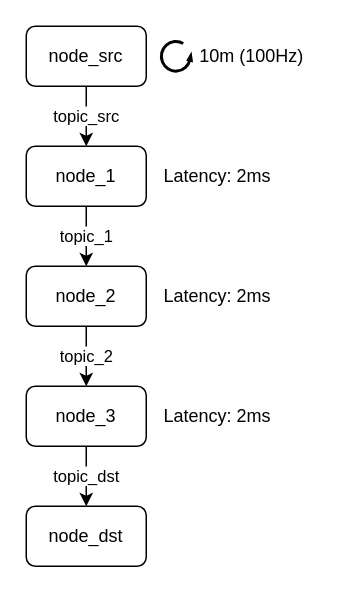
The draw.io diagram page "sample_straight" (1 of 7) of node_diagram.drawio in takeshi-iwanari/caret_sample, before the edit. Source tidied: cells renumbered, new cells numbered last; positions are measured from the earlier drawing's top-left corner, leaving out a move shared by most shapes. Both pictures are drawn from the tidied source at 150%, with x=0, y=0 at pixel (26, 26).
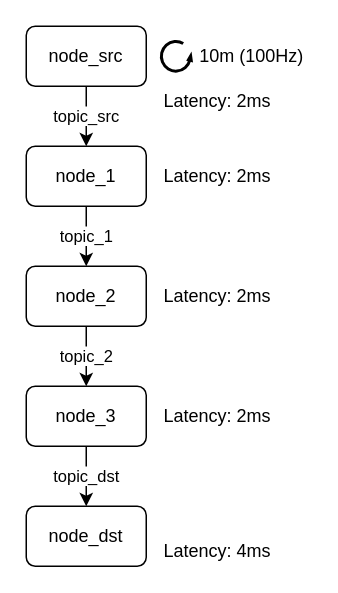
Above is the later version.

Diff of the diagram source:
```diff
@@
 <mxGraphModel>
   <root>
     <mxCell id="0" />
     <mxCell id="1" parent="0" />
     <mxCell id="2" value="topic_src" style="edgeStyle=none;html=1;" parent="1" edge="1" source="3" target="5">
       <mxGeometry relative="1" as="geometry" />
     </mxCell>
     <mxCell id="3" value="node_src" style="rounded=1;whiteSpace=wrap;html=1;" parent="1" vertex="1">
       <mxGeometry width="80" height="40" as="geometry" />
     </mxCell>
     <mxCell id="4" value="topic_1" style="edgeStyle=none;html=1;" parent="1" edge="1" source="5" target="7">
       <mxGeometry relative="1" as="geometry" />
     </mxCell>
     <mxCell id="5" value="node_1" style="rounded=1;whiteSpace=wrap;html=1;" parent="1" vertex="1">
       <mxGeometry y="80" width="80" height="40" as="geometry" />
     </mxCell>
     <mxCell id="6" value="topic_2" style="edgeStyle=none;html=1;" parent="1" edge="1" source="7" target="9">
       <mxGeometry relative="1" as="geometry" />
     </mxCell>
     <mxCell id="7" value="node_2" style="rounded=1;whiteSpace=wrap;html=1;" parent="1" vertex="1">
       <mxGeometry y="160" width="80" height="40" as="geometry" />
     </mxCell>
     <mxCell id="8" value="topic_dst" style="edgeStyle=none;html=1;" parent="1" edge="1" source="9" target="10">
       <mxGeometry relative="1" as="geometry" />
     </mxCell>
     <mxCell id="9" value="node_3" style="rounded=1;whiteSpace=wrap;html=1;" parent="1" vertex="1">
       <mxGeometry y="240" width="80" height="40" as="geometry" />
     </mxCell>
     <mxCell id="10" value="node_dst" style="rounded=1;whiteSpace=wrap;html=1;" parent="1" vertex="1">
       <mxGeometry y="320" width="80" height="40" as="geometry" />
     </mxCell>
     <mxCell id="11" style="verticalLabelPosition=bottom;html=1;verticalAlign=top;strokeWidth=2;shape=mxgraph.lean_mapping.physical_pull;gradientColor=#ffffff;" parent="1" vertex="1">
       <mxGeometry x="90" y="10" width="20" height="20" as="geometry" />
     </mxCell>
     <mxCell id="12" value="10m (100Hz)" style="text;html=1;align=center;verticalAlign=middle;strokeColor=none;fillColor=none;" parent="1" vertex="1">
       <mxGeometry x="110" y="10" width="80" height="20" as="geometry" />
     </mxCell>
     <mxCell id="13" value="Latency: 2ms" style="text;html=1;align=left;verticalAlign=middle;strokeColor=none;fillColor=none;" parent="1" vertex="1">
       <mxGeometry x="90" y="90" width="90" height="20" as="geometry" />
     </mxCell>
     <mxCell id="14" value="Latency: 2ms" style="text;html=1;align=left;verticalAlign=middle;strokeColor=none;fillColor=none;" parent="1" vertex="1">
       <mxGeometry x="90" y="170" width="90" height="20" as="geometry" />
     </mxCell>
     <mxCell id="15" value="Latency: 2ms" style="text;html=1;align=left;verticalAlign=middle;strokeColor=none;fillColor=none;" parent="1" vertex="1">
       <mxGeometry x="90" y="250" width="90" height="20" as="geometry" />
     </mxCell>
+    <mxCell id="16" value="Latency: 2ms" style="text;html=1;align=left;verticalAlign=middle;strokeColor=none;fillColor=none;" parent="1" vertex="1">
+      <mxGeometry x="90" y="41" width="81" height="18" as="geometry" />
+    </mxCell>
+    <mxCell id="17" value="Latency: 4ms" style="text;html=1;align=left;verticalAlign=middle;strokeColor=none;fillColor=none;" parent="1" vertex="1">
+      <mxGeometry x="90" y="341" width="81" height="18" as="geometry" />
+    </mxCell>
   </root>
 </mxGraphModel>
```
